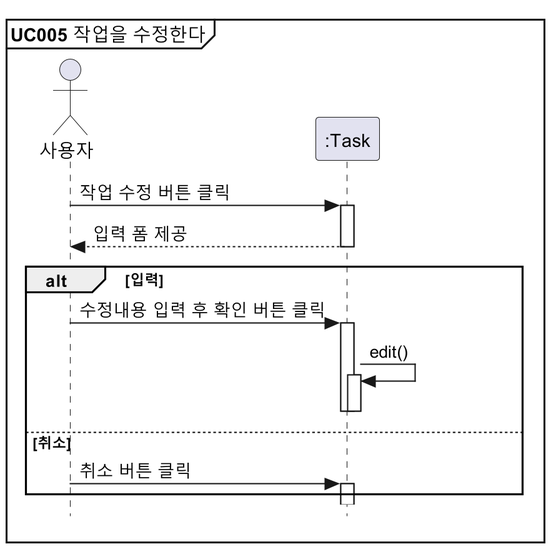
This is docs/설계명세서/images/seq_diag/uc005.png from parkchamchi/SoftwareEngineering2023, a PlantUML export, as it was before one commit.
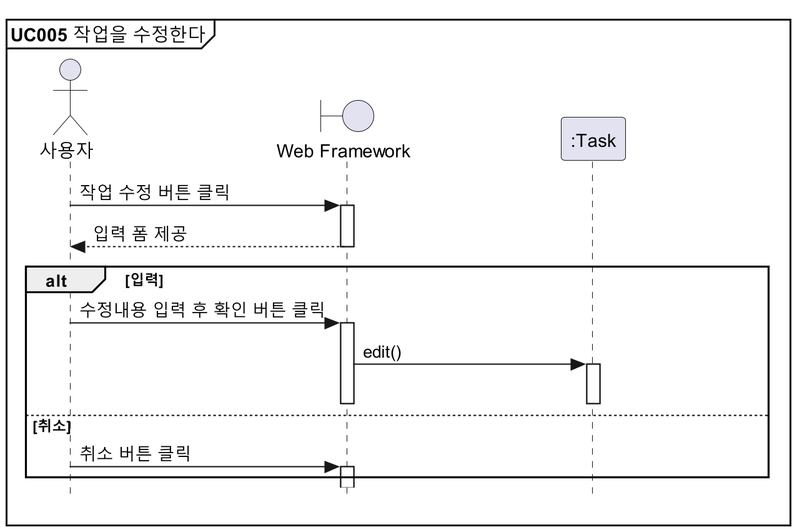
The same diagram one commit later.

The edit, as a diff of the source:
```diff
@@ -3,19 +3,19 @@
 
 mainframe **UC005** 작업을 수정한다
 
-actor 사용자
+!includesub style.puml!PARTICIPANTS
 participant ":Task" as Task
 
-사용자 -> Task : 작업 수정 버튼 클릭
-Task --> 사용자 : 입력 폼 제공
+사용자 -> view : 작업 수정 버튼 클릭
+view --> 사용자 : 입력 폼 제공
 
 alt 입력
-	사용자 -> Task : 수정내용 입력 후 확인 버튼 클릭
-	Task -> Task : edit()
+	사용자 -> view : 수정내용 입력 후 확인 버튼 클릭
+	view -> Task : edit()
 	deactivate Task
-	deactivate Task
+	deactivate view
 else 취소
-	사용자 -> Task : 취소 버튼 클릭
+	사용자 -> view : 취소 버튼 클릭
 end
 
 @enduml
```
